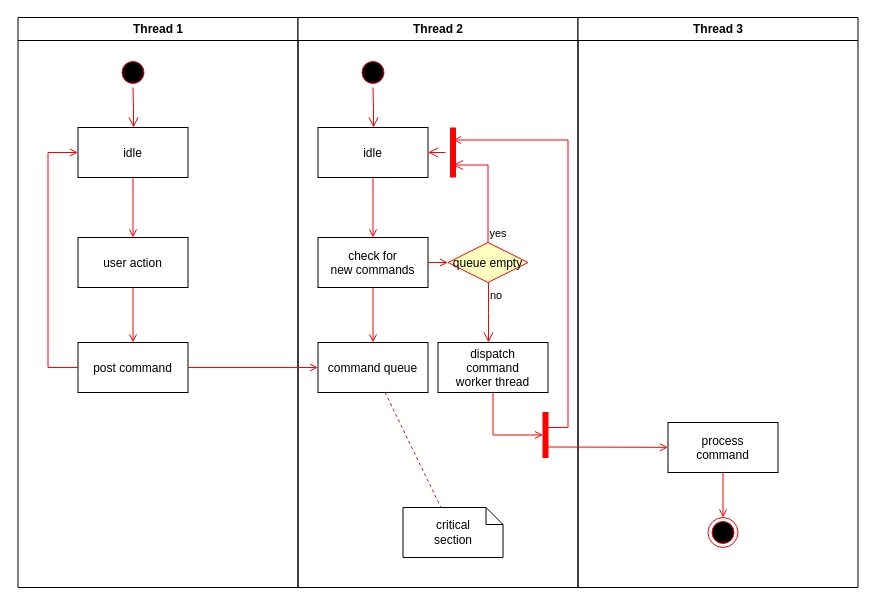
The draw.io diagram LaTech/starUML/Untitled Diagram.drawio in BGTheodore/GeoTech, before the edit. Source tidied: cells renumbered, new cells numbered last; positions are measured from the earlier drawing's top-left corner, leaving out a move shared by most shapes. Both pictures are drawn from the tidied source at 100%, with x=0, y=0 at pixel (17, 17).
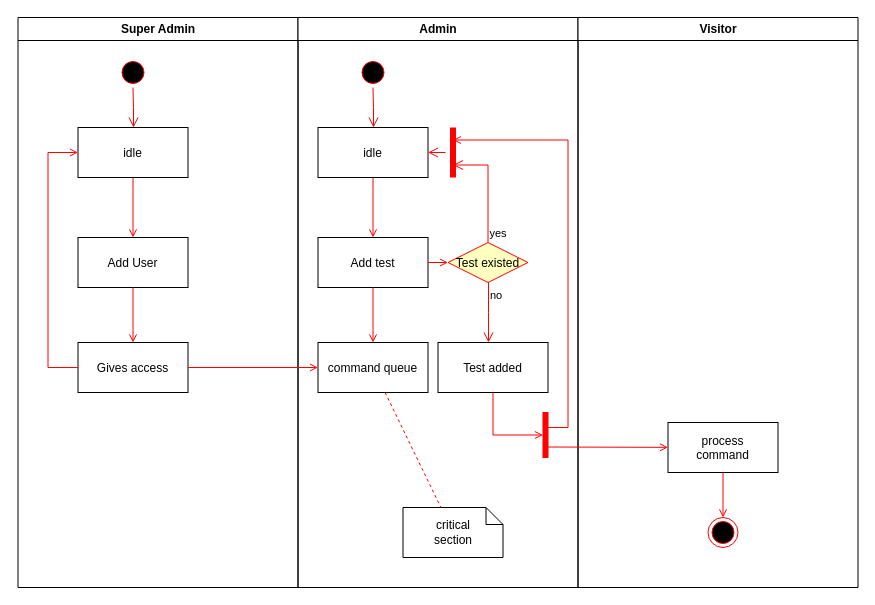
The same page after the edit.

Change to the diagram source:
```diff
@@
-    <mxCell id="2" value="Thread 1" style="swimlane;whiteSpace=wrap;" parent="1" vertex="1">
+    <mxCell id="2" value="Super Admin" style="swimlane;whiteSpace=wrap;startSize=23;" parent="1" vertex="1">
       <mxGeometry x="0.5" width="280" height="570" as="geometry" />
     </mxCell>
@@
-    <mxCell id="6" value="user action" parent="2" vertex="1">
+    <mxCell id="6" value="Add User" parent="2" vertex="1">
       <mxGeometry x="60" y="220" width="110" height="50" as="geometry" />
     </mxCell>
@@
-    <mxCell id="8" value="post command" parent="2" vertex="1">
+    <mxCell id="8" value="Gives access" parent="2" vertex="1">
       <mxGeometry x="60" y="325" width="110" height="50" as="geometry" />
     </mxCell>
@@
-    <mxCell id="11" value="Thread 2" style="swimlane;whiteSpace=wrap;" parent="1" vertex="1">
+    <mxCell id="11" value="Admin" style="swimlane;whiteSpace=wrap;" parent="1" vertex="1">
       <mxGeometry x="280.5" width="280" height="570" as="geometry" />
     </mxCell>
@@
-    <mxCell id="15" value="check for &#10;new commands" parent="11" vertex="1">
+    <mxCell id="15" value="Add test" parent="11" vertex="1">
       <mxGeometry x="20" y="220" width="110" height="50" as="geometry" />
     </mxCell>
@@
-    <mxCell id="19" value="queue empty" style="rhombus;fillColor=#ffffc0;strokeColor=#ff0000;" parent="11" vertex="1">
+    <mxCell id="19" value="Test existed" style="rhombus;fillColor=#ffffc0;strokeColor=#ff0000;" parent="11" vertex="1">
       <mxGeometry x="150" y="225" width="80" height="40" as="geometry" />
     </mxCell>
@@
-    <mxCell id="25" value="dispatch&#10;command&#10;worker thread" parent="11" vertex="1">
+    <mxCell id="25" value="Test added" parent="11" vertex="1">
       <mxGeometry x="140" y="325" width="110" height="50" as="geometry" />
     </mxCell>
@@
-    <mxCell id="30" value="Thread 3" style="swimlane;whiteSpace=wrap;" parent="1" vertex="1">
+    <mxCell id="30" value="Visitor" style="swimlane;whiteSpace=wrap;" parent="1" vertex="1">
       <mxGeometry x="560.5" width="280" height="570" as="geometry" />
     </mxCell>
```
